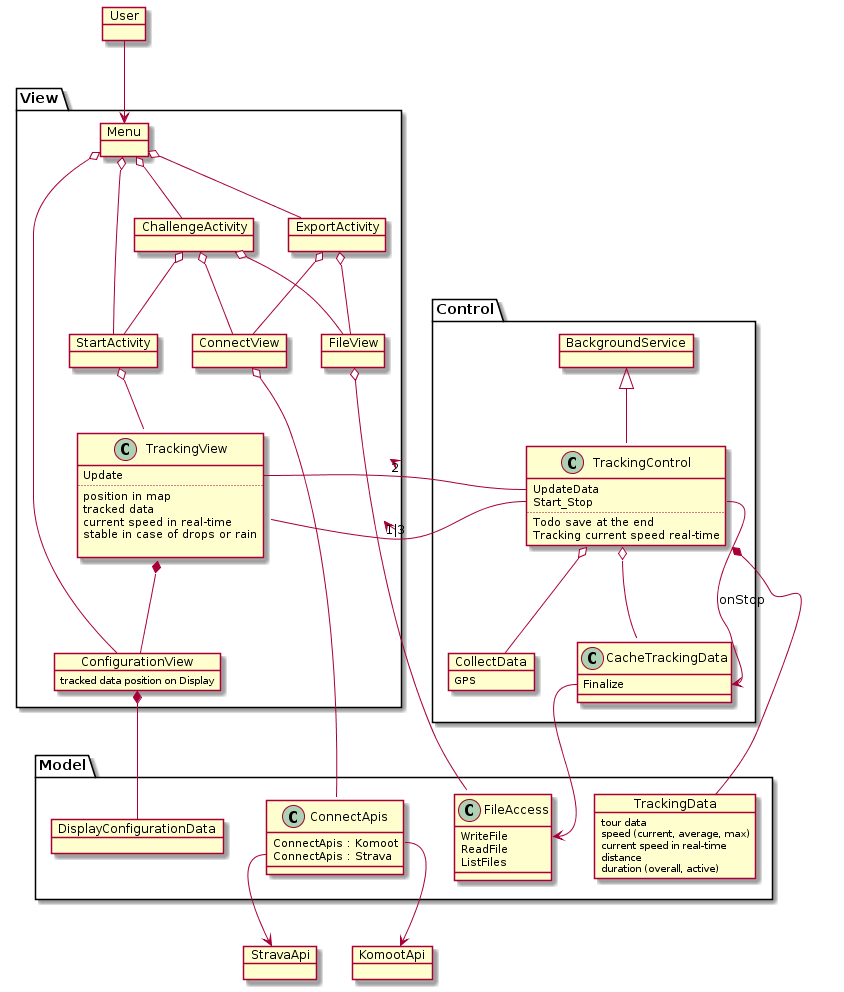
Above: arch/architecture.png in oldroger/cityracer (PlantUML), before the change.
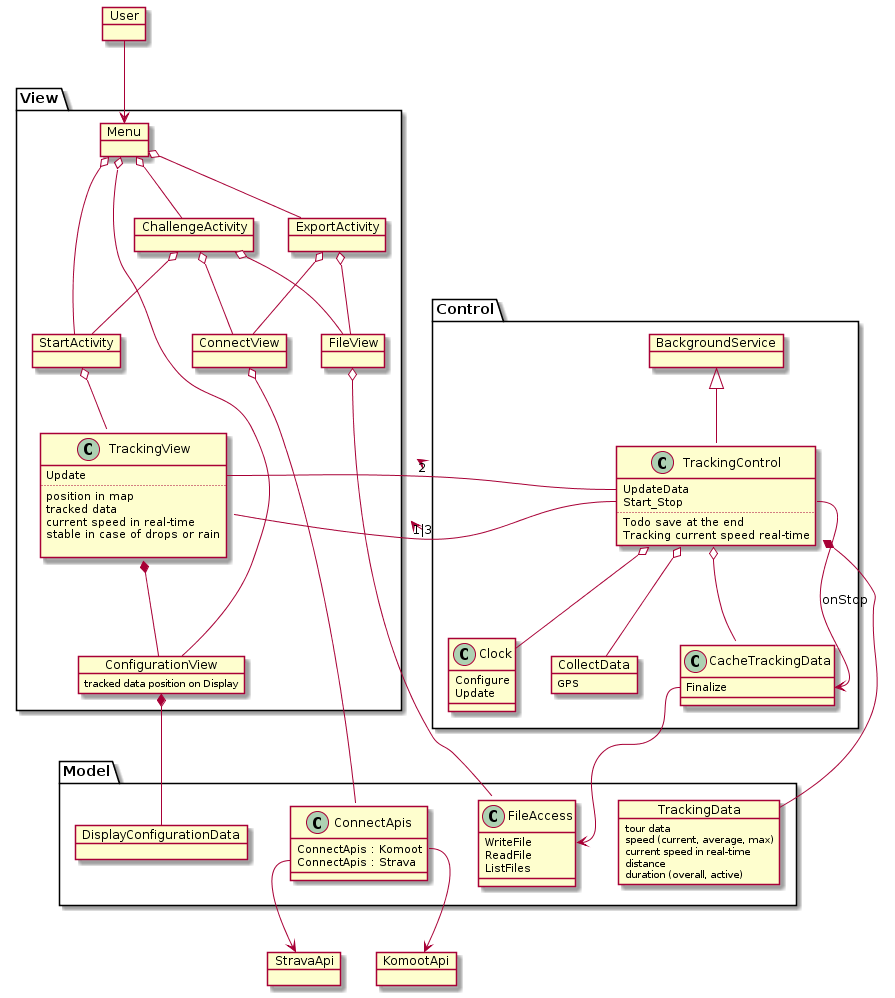
After the change.

Commit message:
update of architecture by clock

What changed in the source:
```diff
@@ -6,105 +6,108 @@
 
 package Model {
 
-class FileAccess  {
-WriteFile
-ReadFile
-ListFiles
-}
+	class FileAccess  {
+		WriteFile
+		ReadFile
+		ListFiles
+	}
 
 
-object TrackingData
-TrackingData : tour data
-TrackingData : speed (current, average, max)
-TrackingData : current speed in real-time
-TrackingData : distance
-TrackingData : duration (overall, active)
+	object TrackingData
+		TrackingData : tour data
+		TrackingData : speed (current, average, max)
+		TrackingData : current speed in real-time
+		TrackingData : distance
+		TrackingData : duration (overall, active)
+
+	class ConnectApis {
+		ConnectApis : Komoot
+		ConnectApis : Strava
+
+	}
+
+	object DisplayConfigurationData
 
 
-
-class ConnectApis {
-ConnectApis : Komoot
-ConnectApis : Strava
-
-}
-
-object DisplayConfigurationData
-
-
-ConnectApis::Komoot --> KomootApi
-ConnectApis::Strava --> StravaApi
+	ConnectApis::Komoot --> KomootApi
+	ConnectApis::Strava --> StravaApi
 
 }
 
 package View {
 
-class TrackingView {
-Update
-..
-position in map
-tracked data
-current speed in real-time
-stable in case of drops or rain
+	class TrackingView {
+		Update
+		..
+		position in map
+		tracked data
+		current speed in real-time
+		stable in case of drops or rain
 
-}
-object ConfigurationView
-ConfigurationView : tracked data position on Display
+	}
 
-object FileView
+	object ConfigurationView
+		ConfigurationView : tracked data position on Display
 
-object ConnectView
+	object FileView
 
-object Menu
+	object ConnectView
 
-object StartActivity
+	object Menu
 
-object ChallengeActivity
+	object StartActivity
 
-object ExportActivity
+	object ChallengeActivity
+
+	object ExportActivity
 
 
-Menu o-- StartActivity
-Menu o-- ChallengeActivity
-Menu o-- ExportActivity
-Menu o-- ConfigurationView
+	Menu o-- StartActivity
+	Menu o-- ChallengeActivity
+	Menu o-- ExportActivity
+	Menu o-- ConfigurationView
 
-StartActivity o-- TrackingView
-ChallengeActivity o-- FileView
-ChallengeActivity o-- ConnectView
-ChallengeActivity o-- StartActivity
-ExportActivity o-- FileView
-ExportActivity o-- ConnectView
+	StartActivity o-- TrackingView
+	ChallengeActivity o-- FileView
+	ChallengeActivity o-- ConnectView
+	ChallengeActivity o-- StartActivity
+	ExportActivity o-- FileView
+	ExportActivity o-- ConnectView
 
 
-TrackingView *-- ConfigurationView
+	TrackingView *-- ConfigurationView
 }
 
 
 package Control {
 
-object BackgroundService
+	object BackgroundService
 
-class TrackingControl {
-UpdateData
-Start_Stop
-..
-Todo save at the end
-Tracking current speed real-time
-}
+	class TrackingControl {
+		UpdateData
+		Start_Stop
+		..
+		Todo save at the end
+		Tracking current speed real-time
+	}
 
-object CollectData
-CollectData : GPS
+	object CollectData
+		CollectData : GPS
 
-class CacheTrackingData {
-Finalize
-}
+	class CacheTrackingData {
+		Finalize
+	}
+
+	class Clock{
+		Configure
+		Update
+	}
 
 
-
-
-BackgroundService <|-- TrackingControl
-TrackingControl o-- CollectData
-TrackingControl o-- CacheTrackingData
+	BackgroundService <|-- TrackingControl
+	TrackingControl o-- CollectData
+	TrackingControl o-- CacheTrackingData
+	TrackingControl o-- Clock
 }
 
 
@@ -116,6 +119,7 @@
 ConfigurationView *-- DisplayConfigurationData
 TrackingControl::Start_Stop --> CacheTrackingData::Finalize : onStop
 CacheTrackingData::Finalize --> FileAccess::WriteFile
+
 ConnectView o-- ConnectApis
 
 
```
